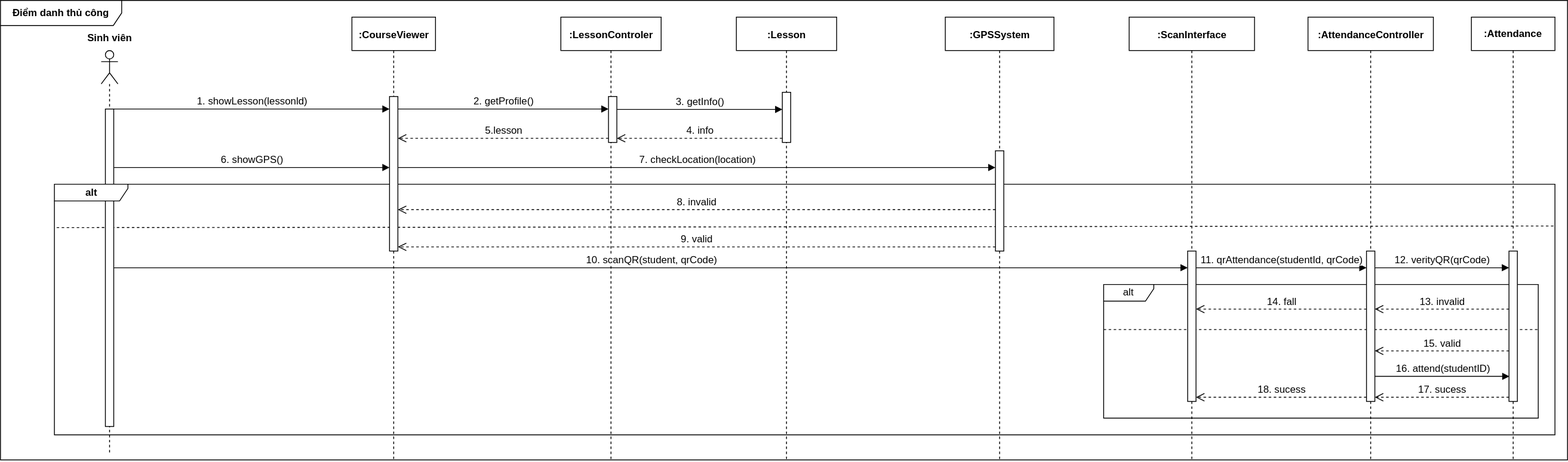
Earlier version of the draw.io export DiemDanh_2/DiemDanhQR.drawio.svg (minh071289/AI_system). Source tidied: cells renumbered, new cells last; positions are measured from the earlier drawing's top-left corner, leaving out a move shared by most shapes.
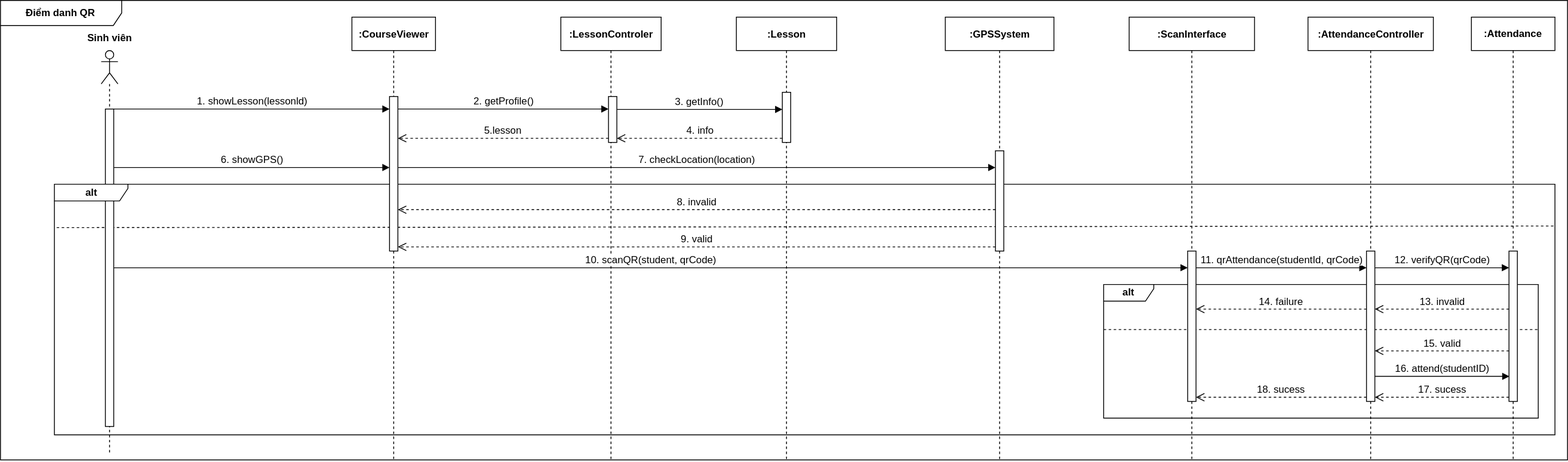
The same diagram one commit later.

Change to the diagram source:
```diff
@@ -2,7 +2,7 @@
   <root>
     <mxCell id="0" />
     <mxCell id="1" parent="0" />
-    <mxCell id="2" value="&lt;b&gt;Điểm danh thủ công&lt;/b&gt;" style="shape=umlFrame;whiteSpace=wrap;html=1;align=center;width=145;height=30;fontSize=12;swimlaneFillColor=default;" parent="1" vertex="1">
+    <mxCell id="2" value="&lt;b&gt;Điểm danh QR&lt;/b&gt;" style="shape=umlFrame;whiteSpace=wrap;html=1;align=center;width=145;height=30;fontSize=12;swimlaneFillColor=default;" parent="1" vertex="1">
       <mxGeometry width="1875" height="550" as="geometry" />
     </mxCell>
     <mxCell id="3" value="&lt;span style=&quot;text-wrap-mode: nowrap;&quot;&gt;&lt;b&gt;Sinh viên&lt;/b&gt;&lt;/span&gt;" style="text;strokeColor=none;align=center;fillColor=none;html=1;verticalAlign=middle;whiteSpace=wrap;rounded=0;fontSize=12;" parent="1" vertex="1">
@@ -88,7 +88,7 @@
         <mxPoint x="475.5" y="250.5" as="targetPoint" />
       </mxGeometry>
     </mxCell>
-    <mxCell id="21" value="alt" style="shape=umlFrame;whiteSpace=wrap;html=1;width=60;height=20;fontSize=12;" parent="1" vertex="1">
+    <mxCell id="21" value="&lt;b&gt;alt&lt;/b&gt;" style="shape=umlFrame;whiteSpace=wrap;html=1;width=60;height=20;fontSize=12;" parent="1" vertex="1">
       <mxGeometry x="1320" y="340" width="520" height="160" as="geometry" />
     </mxCell>
     <mxCell id="22" style="line;strokeWidth=1;fillColor=none;align=left;verticalAlign=middle;spacingTop=-1;spacingLeft=3;spacingRight=3;labelPosition=right;strokeColor=inherit;dashed=1;fontSize=12;" parent="1" vertex="1">
@@ -100,7 +100,7 @@
         <mxPoint x="1634.5" y="320" as="targetPoint" />
       </mxGeometry>
     </mxCell>
-    <mxCell id="24" value="12. verityQR(qrCode)" style="html=1;verticalAlign=bottom;endArrow=block;curved=0;rounded=0;fontSize=12;" parent="1" edge="1">
+    <mxCell id="24" value="12. verifyQR(qrCode)" style="html=1;verticalAlign=bottom;endArrow=block;curved=0;rounded=0;fontSize=12;" parent="1" edge="1">
       <mxGeometry relative="1" as="geometry">
         <mxPoint x="1644.5" y="320" as="sourcePoint" />
         <mxPoint x="1805" y="320" as="targetPoint" />
@@ -112,7 +112,7 @@
         <mxPoint x="1644.5" y="369.5" as="targetPoint" />
       </mxGeometry>
     </mxCell>
-    <mxCell id="26" value="14. fall" style="html=1;verticalAlign=bottom;endArrow=open;dashed=1;endSize=8;curved=0;rounded=0;fontSize=12;" parent="1" edge="1">
+    <mxCell id="26" value="14. failure" style="html=1;verticalAlign=bottom;endArrow=open;dashed=1;endSize=8;curved=0;rounded=0;fontSize=12;" parent="1" edge="1">
       <mxGeometry relative="1" as="geometry">
         <mxPoint x="1634.5" y="369.5" as="sourcePoint" />
         <mxPoint x="1430.5" y="369.5" as="targetPoint" />
```
